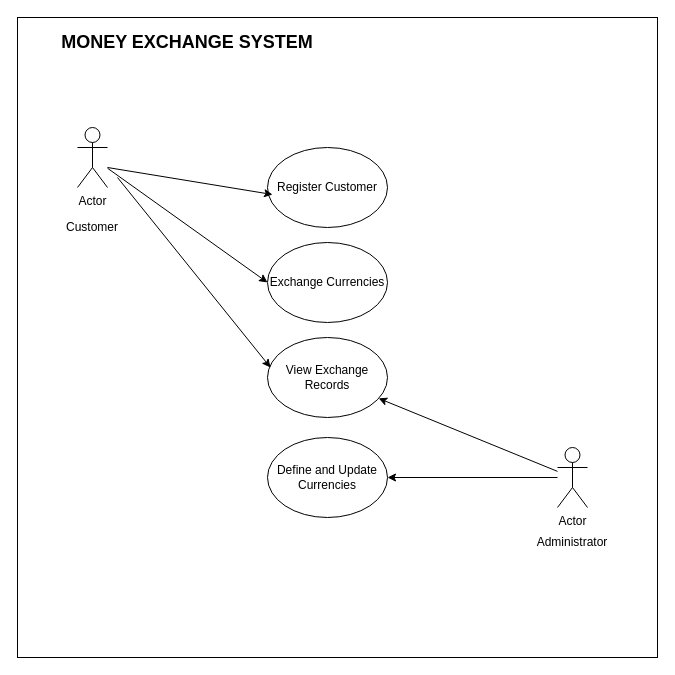
Earlier version of the draw.io diagram Week3/Activity5/Untitled Diagram.drawio (lahirutm/PYTHON). Source tidied: cells renumbered, new cells numbered last; positions are measured from the earlier drawing's top-left corner, leaving out a move shared by most shapes. Both pictures are drawn from the tidied source at 100%, with x=0, y=0 at pixel (17, 17).
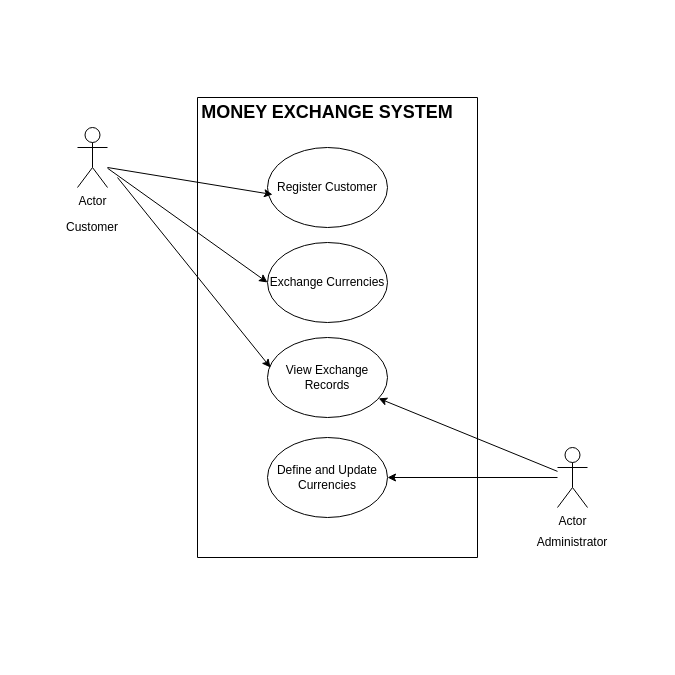
The same page after the edit.

What changed in the source:
```diff
@@
 <mxGraphModel>
   <root>
     <mxCell id="0" />
     <mxCell id="1" parent="0" />
-    <mxCell id="2" style="whiteSpace=wrap;html=1;" parent="1" vertex="1">
-      <mxGeometry width="640" height="640" as="geometry" />
-    </mxCell>
     <mxCell id="3" value="Register Customer" style="ellipse;whiteSpace=wrap;html=1;shapeInside=1;" parent="1" vertex="1">
       <mxGeometry x="250" y="130" width="120" height="80" as="geometry" />
     </mxCell>
     <mxCell id="4" value="Define and Update Currencies" style="ellipse;whiteSpace=wrap;html=1;shapeInside=1;" parent="1" vertex="1">
       <mxGeometry x="250" y="420" width="120" height="80" as="geometry" />
     </mxCell>
-    <mxCell id="5" value="&lt;h2&gt;&lt;b&gt;MONEY EXCHANGE SYSTEM&lt;/b&gt;&lt;/h2&gt;" style="text;html=1;whiteSpace=wrap;strokeColor=none;fillColor=none;align=center;verticalAlign=middle;rounded=0;" parent="1" vertex="1">
-      <mxGeometry x="20" y="10" width="300" height="30" as="geometry" />
-    </mxCell>
     <mxCell id="6" value="Actor" style="shape=umlActor;verticalLabelPosition=bottom;verticalAlign=top;html=1;outlineConnect=0;" parent="1" vertex="1">
       <mxGeometry x="60" y="110" width="30" height="60" as="geometry" />
     </mxCell>
     <mxCell id="7" value="Actor" style="shape=umlActor;verticalLabelPosition=bottom;verticalAlign=top;html=1;outlineConnect=0;" parent="1" vertex="1">
       <mxGeometry x="540" y="430" width="30" height="60" as="geometry" />
     </mxCell>
     <mxCell id="8" value="View Exchange Records" style="ellipse;whiteSpace=wrap;html=1;shapeInside=1;" parent="1" vertex="1">
       <mxGeometry x="250" y="320" width="120" height="80" as="geometry" />
     </mxCell>
     <mxCell id="9" value="Exchange Currencies" style="ellipse;whiteSpace=wrap;html=1;shapeInside=1;" parent="1" vertex="1">
       <mxGeometry x="250" y="225" width="120" height="80" as="geometry" />
     </mxCell>
     <mxCell id="10" style="endArrow=classic;html=1;rounded=0;" parent="1" edge="1" source="7" target="4">
       <mxGeometry relative="1" as="geometry" />
     </mxCell>
     <mxCell id="11" style="endArrow=classic;html=1;rounded=0;" parent="1" edge="1" source="7" target="8">
       <mxGeometry relative="1" as="geometry" />
     </mxCell>
     <mxCell id="12" style="endArrow=classic;html=1;rounded=0;entryX=0;entryY=0.5;entryDx=0;entryDy=0;" parent="1" edge="1" source="6" target="9">
       <mxGeometry relative="1" as="geometry" />
     </mxCell>
     <mxCell id="13" style="endArrow=classic;html=1;rounded=0;entryX=0.042;entryY=0.588;entryDx=0;entryDy=0;entryPerimeter=0;" parent="1" edge="1" target="3">
       <mxGeometry relative="1" as="geometry">
         <mxPoint x="90" y="150" as="sourcePoint" />
       </mxGeometry>
     </mxCell>
     <mxCell id="14" style="endArrow=classic;html=1;rounded=0;entryX=0.025;entryY=0.375;entryDx=0;entryDy=0;entryPerimeter=0;" parent="1" edge="1" target="8">
       <mxGeometry relative="1" as="geometry">
         <mxPoint x="100" y="160" as="sourcePoint" />
       </mxGeometry>
     </mxCell>
     <mxCell id="15" value="Administrator" style="text;html=1;whiteSpace=wrap;strokeColor=none;fillColor=none;align=center;verticalAlign=middle;rounded=0;" parent="1" vertex="1">
       <mxGeometry x="525" y="510" width="60" height="30" as="geometry" />
     </mxCell>
     <mxCell id="16" value="Customer" style="text;html=1;whiteSpace=wrap;strokeColor=none;fillColor=none;align=center;verticalAlign=middle;rounded=0;" parent="1" vertex="1">
       <mxGeometry x="45" y="195" width="60" height="30" as="geometry" />
     </mxCell>
+    <mxCell id="17" style="swimlane;startSize=0;" parent="1" vertex="1">
+      <mxGeometry x="180" y="80" width="280" height="460" as="geometry" />
+    </mxCell>
+    <mxCell id="5" value="&lt;h2&gt;&lt;b&gt;MONEY EXCHANGE SYSTEM&lt;/b&gt;&lt;/h2&gt;" style="text;html=1;whiteSpace=wrap;strokeColor=none;fillColor=none;align=center;verticalAlign=middle;rounded=0;" parent="17" vertex="1">
+      <mxGeometry x="-20" width="300" height="30" as="geometry" />
+    </mxCell>
   </root>
 </mxGraphModel>
```
